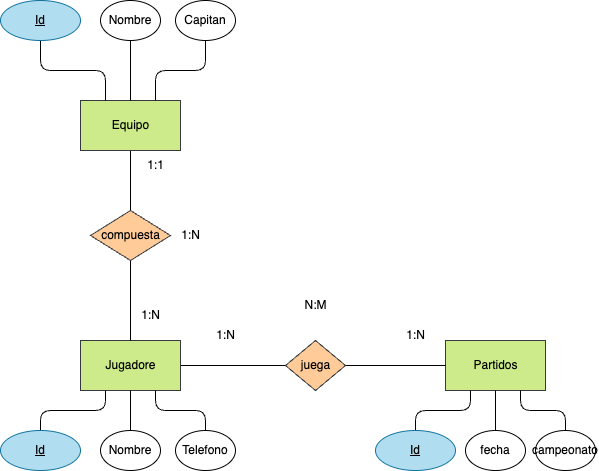
Before: Tareas/Unidad_2/tarea1/Ejercicio7.drawio.png, a diagram exported from draw.io (antonioinigo/base-datos). Source tidied: cells renumbered, new cells last; positions are measured from the earlier drawing's top-left corner, leaving out a move shared by most shapes. Source of this version:
```xml
<mxGraphModel>
  <root>
    <mxCell id="0" />
    <mxCell id="1" parent="0" />
    <mxCell id="2" style="html=1;entryX=0;entryY=0.5;entryDx=0;entryDy=0;fontColor=#000000;endArrow=none;endFill=0;" parent="1" edge="1" source="3" target="6">
      <mxGeometry relative="1" as="geometry" />
    </mxCell>
    <mxCell id="3" value="&lt;font color=&quot;#000000&quot;&gt;Jugadore&lt;/font&gt;" style="html=1;dashed=0;whitespace=wrap;fillColor=#cdeb8b;strokeColor=#36393d;" parent="1" vertex="1">
      <mxGeometry x="80" y="340" width="100" height="50" as="geometry" />
    </mxCell>
    <mxCell id="4" value="&lt;font color=&quot;#000000&quot;&gt;Partidos&lt;br&gt;&lt;/font&gt;" style="html=1;dashed=0;whitespace=wrap;fillColor=#cdeb8b;strokeColor=#36393d;" parent="1" vertex="1">
      <mxGeometry x="445" y="340" width="100" height="50" as="geometry" />
    </mxCell>
    <mxCell id="5" style="edgeStyle=none;html=1;fontColor=#000000;endArrow=none;endFill=0;" parent="1" edge="1" source="6" target="4">
      <mxGeometry relative="1" as="geometry" />
    </mxCell>
    <mxCell id="6" value="&lt;font color=&quot;#000000&quot;&gt;juega&lt;/font&gt;" style="shape=rhombus;html=1;dashed=0;whitespace=wrap;perimeter=rhombusPerimeter;fillColor=#ffcc99;strokeColor=#36393d;" parent="1" vertex="1">
      <mxGeometry x="285" y="340" width="60" height="50" as="geometry" />
    </mxCell>
    <mxCell id="7" value="1:N" style="text;html=1;align=center;verticalAlign=middle;strokeColor=none;fillColor=none;fontColor=#000000;" parent="1" vertex="1">
      <mxGeometry x="205" y="320" width="40" height="30" as="geometry" />
    </mxCell>
    <mxCell id="8" value="1:N" style="text;html=1;align=center;verticalAlign=middle;strokeColor=none;fillColor=none;fontColor=#000000;" parent="1" vertex="1">
      <mxGeometry x="395" y="320" width="40" height="30" as="geometry" />
    </mxCell>
    <mxCell id="9" value="N:M" style="text;html=1;align=center;verticalAlign=middle;strokeColor=none;fillColor=none;fontColor=#000000;" parent="1" vertex="1">
      <mxGeometry x="290" y="290" width="50" height="30" as="geometry" />
    </mxCell>
    <mxCell id="10" style="edgeStyle=orthogonalEdgeStyle;html=1;entryX=0.25;entryY=1;entryDx=0;entryDy=0;fontColor=#000000;endArrow=none;endFill=0;" parent="1" edge="1" source="11" target="3">
      <mxGeometry relative="1" as="geometry" />
    </mxCell>
    <mxCell id="11" value="&lt;font color=&quot;#000000&quot;&gt;Id&lt;/font&gt;" style="ellipse;whiteSpace=wrap;html=1;align=center;fontStyle=4;fillColor=#b1ddf0;strokeColor=#10739e;" parent="1" vertex="1">
      <mxGeometry y="430" width="80" height="40" as="geometry" />
    </mxCell>
    <mxCell id="12" style="edgeStyle=orthogonalEdgeStyle;html=1;entryX=0.5;entryY=1;entryDx=0;entryDy=0;fontColor=#000000;endArrow=none;endFill=0;" parent="1" edge="1" source="13" target="3">
      <mxGeometry relative="1" as="geometry" />
    </mxCell>
    <mxCell id="13" value="Nombre" style="ellipse;whiteSpace=wrap;html=1;align=center;fontColor=#000000;" parent="1" vertex="1">
      <mxGeometry x="100" y="430" width="60" height="40" as="geometry" />
    </mxCell>
    <mxCell id="14" style="edgeStyle=orthogonalEdgeStyle;html=1;entryX=0.75;entryY=1;entryDx=0;entryDy=0;fontColor=#000000;endArrow=none;endFill=0;" parent="1" edge="1" source="15" target="3">
      <mxGeometry relative="1" as="geometry" />
    </mxCell>
    <mxCell id="15" value="Telefono" style="ellipse;whiteSpace=wrap;html=1;align=center;fontColor=#000000;" parent="1" vertex="1">
      <mxGeometry x="175" y="430" width="60" height="40" as="geometry" />
    </mxCell>
    <mxCell id="16" style="edgeStyle=orthogonalEdgeStyle;html=1;entryX=0.25;entryY=1;entryDx=0;entryDy=0;fontColor=#000000;endArrow=none;endFill=0;" parent="1" edge="1" source="17" target="4">
      <mxGeometry relative="1" as="geometry" />
    </mxCell>
    <mxCell id="17" value="&lt;font color=&quot;#000000&quot;&gt;Id&lt;/font&gt;" style="ellipse;whiteSpace=wrap;html=1;align=center;fontStyle=4;fillColor=#b1ddf0;strokeColor=#10739e;" parent="1" vertex="1">
      <mxGeometry x="375" y="430" width="80" height="40" as="geometry" />
    </mxCell>
    <mxCell id="18" style="edgeStyle=orthogonalEdgeStyle;html=1;entryX=0.5;entryY=1;entryDx=0;entryDy=0;fontColor=#000000;endArrow=none;endFill=0;" parent="1" edge="1" source="19" target="4">
      <mxGeometry relative="1" as="geometry" />
    </mxCell>
    <mxCell id="19" value="fecha" style="ellipse;whiteSpace=wrap;html=1;align=center;fontColor=#000000;" parent="1" vertex="1">
      <mxGeometry x="465" y="430" width="60" height="40" as="geometry" />
    </mxCell>
    <mxCell id="20" style="edgeStyle=orthogonalEdgeStyle;html=1;entryX=0.75;entryY=1;entryDx=0;entryDy=0;fontColor=#000000;endArrow=none;endFill=0;" parent="1" edge="1" source="21" target="4">
      <mxGeometry relative="1" as="geometry" />
    </mxCell>
    <mxCell id="21" value="campeonato" style="ellipse;whiteSpace=wrap;html=1;align=center;fontColor=#000000;" parent="1" vertex="1">
      <mxGeometry x="535" y="430" width="60" height="40" as="geometry" />
    </mxCell>
    <mxCell id="22" style="edgeStyle=none;html=1;entryX=0.5;entryY=0;entryDx=0;entryDy=0;endArrow=none;endFill=0;" parent="1" edge="1" source="23" target="25">
      <mxGeometry relative="1" as="geometry" />
    </mxCell>
    <mxCell id="23" value="&lt;font color=&quot;#000000&quot;&gt;Equipo&lt;br&gt;&lt;/font&gt;" style="html=1;dashed=0;whitespace=wrap;fillColor=#cdeb8b;strokeColor=#36393d;" parent="1" vertex="1">
      <mxGeometry x="80" y="100" width="100" height="50" as="geometry" />
    </mxCell>
    <mxCell id="24" style="edgeStyle=none;html=1;entryX=0.5;entryY=0;entryDx=0;entryDy=0;endArrow=none;endFill=0;" parent="1" edge="1" source="25" target="3">
      <mxGeometry relative="1" as="geometry" />
    </mxCell>
    <mxCell id="25" value="&lt;font color=&quot;#000000&quot;&gt;compuesta&lt;/font&gt;" style="shape=rhombus;html=1;dashed=0;whitespace=wrap;perimeter=rhombusPerimeter;fillColor=#ffcc99;strokeColor=#36393d;" parent="1" vertex="1">
      <mxGeometry x="90" y="210" width="80" height="50" as="geometry" />
    </mxCell>
    <mxCell id="26" value="1:N" style="text;html=1;align=center;verticalAlign=middle;strokeColor=none;fillColor=none;fontColor=#000000;" parent="1" vertex="1">
      <mxGeometry x="130" y="300" width="40" height="30" as="geometry" />
    </mxCell>
    <mxCell id="27" value="1:N" style="text;html=1;align=center;verticalAlign=middle;strokeColor=none;fillColor=none;fontColor=#000000;" parent="1" vertex="1">
      <mxGeometry x="170" y="220" width="40" height="30" as="geometry" />
    </mxCell>
    <mxCell id="28" value="1:1" style="text;html=1;align=center;verticalAlign=middle;strokeColor=none;fillColor=none;fontColor=#000000;" parent="1" vertex="1">
      <mxGeometry x="135" y="150" width="40" height="30" as="geometry" />
    </mxCell>
    <mxCell id="29" style="edgeStyle=orthogonalEdgeStyle;html=1;entryX=0.25;entryY=0;entryDx=0;entryDy=0;endArrow=none;endFill=0;" parent="1" edge="1" source="30" target="23">
      <mxGeometry relative="1" as="geometry" />
    </mxCell>
    <mxCell id="30" value="&lt;font color=&quot;#000000&quot;&gt;Id&lt;/font&gt;" style="ellipse;whiteSpace=wrap;html=1;align=center;fontStyle=4;fillColor=#b1ddf0;strokeColor=#10739e;" parent="1" vertex="1">
      <mxGeometry width="80" height="40" as="geometry" />
    </mxCell>
    <mxCell id="31" style="edgeStyle=orthogonalEdgeStyle;html=1;entryX=0.5;entryY=0;entryDx=0;entryDy=0;endArrow=none;endFill=0;" parent="1" edge="1" source="32" target="23">
      <mxGeometry relative="1" as="geometry" />
    </mxCell>
    <mxCell id="32" value="Nombre" style="ellipse;whiteSpace=wrap;html=1;align=center;fontColor=#000000;" parent="1" vertex="1">
      <mxGeometry x="100" width="60" height="40" as="geometry" />
    </mxCell>
    <mxCell id="33" style="edgeStyle=orthogonalEdgeStyle;html=1;entryX=0.75;entryY=0;entryDx=0;entryDy=0;endArrow=none;endFill=0;" parent="1" edge="1" source="34" target="23">
      <mxGeometry relative="1" as="geometry" />
    </mxCell>
    <mxCell id="34" value="Capitan" style="ellipse;whiteSpace=wrap;html=1;align=center;fontColor=#000000;" parent="1" vertex="1">
      <mxGeometry x="175" width="60" height="40" as="geometry" />
    </mxCell>
  </root>
</mxGraphModel>
```
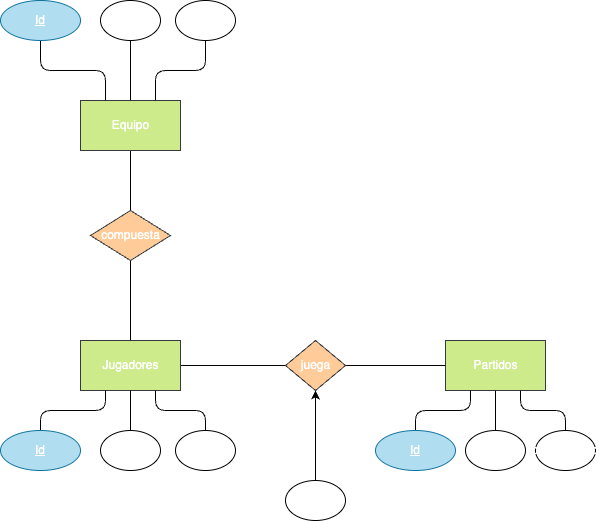
Later version of the same file.

What changed in the source:
```diff
@@ -2,104 +2,110 @@
   <root>
     <mxCell id="0" />
     <mxCell id="1" parent="0" />
-    <mxCell id="2" style="html=1;entryX=0;entryY=0.5;entryDx=0;entryDy=0;fontColor=#000000;endArrow=none;endFill=0;" parent="1" edge="1" source="3" target="6">
+    <mxCell id="2" style="html=1;entryX=0;entryY=0.5;entryDx=0;entryDy=0;fontColor=#FFFFFF;endArrow=none;endFill=0;" parent="1" edge="1" source="3" target="6">
       <mxGeometry relative="1" as="geometry" />
     </mxCell>
-    <mxCell id="3" value="&lt;font color=&quot;#000000&quot;&gt;Jugadore&lt;/font&gt;" style="html=1;dashed=0;whitespace=wrap;fillColor=#cdeb8b;strokeColor=#36393d;" parent="1" vertex="1">
+    <mxCell id="3" value="&lt;font&gt;Jugadores&lt;/font&gt;" style="html=1;dashed=0;whitespace=wrap;fillColor=#cdeb8b;strokeColor=#36393d;fontColor=#FFFFFF;" parent="1" vertex="1">
       <mxGeometry x="80" y="340" width="100" height="50" as="geometry" />
     </mxCell>
-    <mxCell id="4" value="&lt;font color=&quot;#000000&quot;&gt;Partidos&lt;br&gt;&lt;/font&gt;" style="html=1;dashed=0;whitespace=wrap;fillColor=#cdeb8b;strokeColor=#36393d;" parent="1" vertex="1">
+    <mxCell id="4" value="&lt;font&gt;Partidos&lt;br&gt;&lt;/font&gt;" style="html=1;dashed=0;whitespace=wrap;fillColor=#cdeb8b;strokeColor=#36393d;fontColor=#FFFFFF;" parent="1" vertex="1">
       <mxGeometry x="445" y="340" width="100" height="50" as="geometry" />
     </mxCell>
-    <mxCell id="5" style="edgeStyle=none;html=1;fontColor=#000000;endArrow=none;endFill=0;" parent="1" edge="1" source="6" target="4">
+    <mxCell id="5" style="edgeStyle=none;html=1;fontColor=#FFFFFF;endArrow=none;endFill=0;" parent="1" edge="1" source="6" target="4">
       <mxGeometry relative="1" as="geometry" />
     </mxCell>
-    <mxCell id="6" value="&lt;font color=&quot;#000000&quot;&gt;juega&lt;/font&gt;" style="shape=rhombus;html=1;dashed=0;whitespace=wrap;perimeter=rhombusPerimeter;fillColor=#ffcc99;strokeColor=#36393d;" parent="1" vertex="1">
+    <mxCell id="6" value="&lt;font&gt;juega&lt;/font&gt;" style="shape=rhombus;html=1;dashed=0;whitespace=wrap;perimeter=rhombusPerimeter;fillColor=#ffcc99;strokeColor=#36393d;fontColor=#FFFFFF;" parent="1" vertex="1">
       <mxGeometry x="285" y="340" width="60" height="50" as="geometry" />
     </mxCell>
-    <mxCell id="7" value="1:N" style="text;html=1;align=center;verticalAlign=middle;strokeColor=none;fillColor=none;fontColor=#000000;" parent="1" vertex="1">
+    <mxCell id="7" value="1:N" style="text;html=1;align=center;verticalAlign=middle;strokeColor=none;fillColor=none;fontColor=#FFFFFF;" parent="1" vertex="1">
       <mxGeometry x="205" y="320" width="40" height="30" as="geometry" />
     </mxCell>
-    <mxCell id="8" value="1:N" style="text;html=1;align=center;verticalAlign=middle;strokeColor=none;fillColor=none;fontColor=#000000;" parent="1" vertex="1">
+    <mxCell id="8" value="1:N" style="text;html=1;align=center;verticalAlign=middle;strokeColor=none;fillColor=none;fontColor=#FFFFFF;" parent="1" vertex="1">
       <mxGeometry x="395" y="320" width="40" height="30" as="geometry" />
     </mxCell>
-    <mxCell id="9" value="N:M" style="text;html=1;align=center;verticalAlign=middle;strokeColor=none;fillColor=none;fontColor=#000000;" parent="1" vertex="1">
+    <mxCell id="9" value="N:M" style="text;html=1;align=center;verticalAlign=middle;strokeColor=none;fillColor=none;fontColor=#FFFFFF;" parent="1" vertex="1">
       <mxGeometry x="290" y="290" width="50" height="30" as="geometry" />
     </mxCell>
-    <mxCell id="10" style="edgeStyle=orthogonalEdgeStyle;html=1;entryX=0.25;entryY=1;entryDx=0;entryDy=0;fontColor=#000000;endArrow=none;endFill=0;" parent="1" edge="1" source="11" target="3">
+    <mxCell id="10" style="edgeStyle=orthogonalEdgeStyle;html=1;entryX=0.25;entryY=1;entryDx=0;entryDy=0;fontColor=#FFFFFF;endArrow=none;endFill=0;" parent="1" edge="1" source="11" target="3">
       <mxGeometry relative="1" as="geometry" />
     </mxCell>
-    <mxCell id="11" value="&lt;font color=&quot;#000000&quot;&gt;Id&lt;/font&gt;" style="ellipse;whiteSpace=wrap;html=1;align=center;fontStyle=4;fillColor=#b1ddf0;strokeColor=#10739e;" parent="1" vertex="1">
+    <mxCell id="11" value="&lt;font&gt;Id&lt;/font&gt;" style="ellipse;whiteSpace=wrap;html=1;align=center;fontStyle=4;fillColor=#b1ddf0;strokeColor=#10739e;fontColor=#FFFFFF;" parent="1" vertex="1">
       <mxGeometry y="430" width="80" height="40" as="geometry" />
     </mxCell>
-    <mxCell id="12" style="edgeStyle=orthogonalEdgeStyle;html=1;entryX=0.5;entryY=1;entryDx=0;entryDy=0;fontColor=#000000;endArrow=none;endFill=0;" parent="1" edge="1" source="13" target="3">
+    <mxCell id="12" style="edgeStyle=orthogonalEdgeStyle;html=1;entryX=0.5;entryY=1;entryDx=0;entryDy=0;fontColor=#FFFFFF;endArrow=none;endFill=0;" parent="1" edge="1" source="13" target="3">
       <mxGeometry relative="1" as="geometry" />
     </mxCell>
-    <mxCell id="13" value="Nombre" style="ellipse;whiteSpace=wrap;html=1;align=center;fontColor=#000000;" parent="1" vertex="1">
+    <mxCell id="13" value="Nombre" style="ellipse;whiteSpace=wrap;html=1;align=center;fontColor=#FFFFFF;" parent="1" vertex="1">
       <mxGeometry x="100" y="430" width="60" height="40" as="geometry" />
     </mxCell>
-    <mxCell id="14" style="edgeStyle=orthogonalEdgeStyle;html=1;entryX=0.75;entryY=1;entryDx=0;entryDy=0;fontColor=#000000;endArrow=none;endFill=0;" parent="1" edge="1" source="15" target="3">
+    <mxCell id="14" style="edgeStyle=orthogonalEdgeStyle;html=1;entryX=0.75;entryY=1;entryDx=0;entryDy=0;fontColor=#FFFFFF;endArrow=none;endFill=0;" parent="1" edge="1" source="15" target="3">
       <mxGeometry relative="1" as="geometry" />
     </mxCell>
-    <mxCell id="15" value="Telefono" style="ellipse;whiteSpace=wrap;html=1;align=center;fontColor=#000000;" parent="1" vertex="1">
+    <mxCell id="15" value="Telefono" style="ellipse;whiteSpace=wrap;html=1;align=center;fontColor=#FFFFFF;" parent="1" vertex="1">
       <mxGeometry x="175" y="430" width="60" height="40" as="geometry" />
     </mxCell>
-    <mxCell id="16" style="edgeStyle=orthogonalEdgeStyle;html=1;entryX=0.25;entryY=1;entryDx=0;entryDy=0;fontColor=#000000;endArrow=none;endFill=0;" parent="1" edge="1" source="17" target="4">
+    <mxCell id="16" style="edgeStyle=orthogonalEdgeStyle;html=1;entryX=0.25;entryY=1;entryDx=0;entryDy=0;fontColor=#FFFFFF;endArrow=none;endFill=0;" parent="1" edge="1" source="17" target="4">
       <mxGeometry relative="1" as="geometry" />
     </mxCell>
-    <mxCell id="17" value="&lt;font color=&quot;#000000&quot;&gt;Id&lt;/font&gt;" style="ellipse;whiteSpace=wrap;html=1;align=center;fontStyle=4;fillColor=#b1ddf0;strokeColor=#10739e;" parent="1" vertex="1">
+    <mxCell id="17" value="&lt;font&gt;Id&lt;/font&gt;" style="ellipse;whiteSpace=wrap;html=1;align=center;fontStyle=4;fillColor=#b1ddf0;strokeColor=#10739e;fontColor=#FFFFFF;" parent="1" vertex="1">
       <mxGeometry x="375" y="430" width="80" height="40" as="geometry" />
     </mxCell>
-    <mxCell id="18" style="edgeStyle=orthogonalEdgeStyle;html=1;entryX=0.5;entryY=1;entryDx=0;entryDy=0;fontColor=#000000;endArrow=none;endFill=0;" parent="1" edge="1" source="19" target="4">
+    <mxCell id="18" style="edgeStyle=orthogonalEdgeStyle;html=1;entryX=0.5;entryY=1;entryDx=0;entryDy=0;fontColor=#FFFFFF;endArrow=none;endFill=0;" parent="1" edge="1" source="19" target="4">
       <mxGeometry relative="1" as="geometry" />
     </mxCell>
-    <mxCell id="19" value="fecha" style="ellipse;whiteSpace=wrap;html=1;align=center;fontColor=#000000;" parent="1" vertex="1">
+    <mxCell id="19" value="fecha" style="ellipse;whiteSpace=wrap;html=1;align=center;fontColor=#FFFFFF;" parent="1" vertex="1">
       <mxGeometry x="465" y="430" width="60" height="40" as="geometry" />
     </mxCell>
-    <mxCell id="20" style="edgeStyle=orthogonalEdgeStyle;html=1;entryX=0.75;entryY=1;entryDx=0;entryDy=0;fontColor=#000000;endArrow=none;endFill=0;" parent="1" edge="1" source="21" target="4">
+    <mxCell id="20" style="edgeStyle=orthogonalEdgeStyle;html=1;entryX=0.75;entryY=1;entryDx=0;entryDy=0;fontColor=#FFFFFF;endArrow=none;endFill=0;" parent="1" edge="1" source="21" target="4">
       <mxGeometry relative="1" as="geometry" />
     </mxCell>
-    <mxCell id="21" value="campeonato" style="ellipse;whiteSpace=wrap;html=1;align=center;fontColor=#000000;" parent="1" vertex="1">
+    <mxCell id="21" value="campeonato" style="ellipse;whiteSpace=wrap;html=1;align=center;fontColor=#FFFFFF;" parent="1" vertex="1">
       <mxGeometry x="535" y="430" width="60" height="40" as="geometry" />
     </mxCell>
-    <mxCell id="22" style="edgeStyle=none;html=1;entryX=0.5;entryY=0;entryDx=0;entryDy=0;endArrow=none;endFill=0;" parent="1" edge="1" source="23" target="25">
+    <mxCell id="22" style="edgeStyle=none;html=1;entryX=0.5;entryY=0;entryDx=0;entryDy=0;endArrow=none;endFill=0;fontColor=#FFFFFF;" parent="1" edge="1" source="23" target="25">
       <mxGeometry relative="1" as="geometry" />
     </mxCell>
-    <mxCell id="23" value="&lt;font color=&quot;#000000&quot;&gt;Equipo&lt;br&gt;&lt;/font&gt;" style="html=1;dashed=0;whitespace=wrap;fillColor=#cdeb8b;strokeColor=#36393d;" parent="1" vertex="1">
+    <mxCell id="23" value="&lt;font&gt;Equipo&lt;br&gt;&lt;/font&gt;" style="html=1;dashed=0;whitespace=wrap;fillColor=#cdeb8b;strokeColor=#36393d;fontColor=#FFFFFF;" parent="1" vertex="1">
       <mxGeometry x="80" y="100" width="100" height="50" as="geometry" />
     </mxCell>
-    <mxCell id="24" style="edgeStyle=none;html=1;entryX=0.5;entryY=0;entryDx=0;entryDy=0;endArrow=none;endFill=0;" parent="1" edge="1" source="25" target="3">
+    <mxCell id="24" style="edgeStyle=none;html=1;entryX=0.5;entryY=0;entryDx=0;entryDy=0;endArrow=none;endFill=0;fontColor=#FFFFFF;" parent="1" edge="1" source="25" target="3">
       <mxGeometry relative="1" as="geometry" />
     </mxCell>
-    <mxCell id="25" value="&lt;font color=&quot;#000000&quot;&gt;compuesta&lt;/font&gt;" style="shape=rhombus;html=1;dashed=0;whitespace=wrap;perimeter=rhombusPerimeter;fillColor=#ffcc99;strokeColor=#36393d;" parent="1" vertex="1">
+    <mxCell id="25" value="&lt;font&gt;compuesta&lt;/font&gt;" style="shape=rhombus;html=1;dashed=0;whitespace=wrap;perimeter=rhombusPerimeter;fillColor=#ffcc99;strokeColor=#36393d;fontColor=#FFFFFF;" parent="1" vertex="1">
       <mxGeometry x="90" y="210" width="80" height="50" as="geometry" />
     </mxCell>
-    <mxCell id="26" value="1:N" style="text;html=1;align=center;verticalAlign=middle;strokeColor=none;fillColor=none;fontColor=#000000;" parent="1" vertex="1">
+    <mxCell id="26" value="1:N" style="text;html=1;align=center;verticalAlign=middle;strokeColor=none;fillColor=none;fontColor=#FFFFFF;" parent="1" vertex="1">
       <mxGeometry x="130" y="300" width="40" height="30" as="geometry" />
     </mxCell>
-    <mxCell id="27" value="1:N" style="text;html=1;align=center;verticalAlign=middle;strokeColor=none;fillColor=none;fontColor=#000000;" parent="1" vertex="1">
+    <mxCell id="27" value="1:N" style="text;html=1;align=center;verticalAlign=middle;strokeColor=none;fillColor=none;fontColor=#FFFFFF;" parent="1" vertex="1">
       <mxGeometry x="170" y="220" width="40" height="30" as="geometry" />
     </mxCell>
-    <mxCell id="28" value="1:1" style="text;html=1;align=center;verticalAlign=middle;strokeColor=none;fillColor=none;fontColor=#000000;" parent="1" vertex="1">
+    <mxCell id="28" value="1:1" style="text;html=1;align=center;verticalAlign=middle;strokeColor=none;fillColor=none;fontColor=#FFFFFF;" parent="1" vertex="1">
       <mxGeometry x="135" y="150" width="40" height="30" as="geometry" />
     </mxCell>
-    <mxCell id="29" style="edgeStyle=orthogonalEdgeStyle;html=1;entryX=0.25;entryY=0;entryDx=0;entryDy=0;endArrow=none;endFill=0;" parent="1" edge="1" source="30" target="23">
+    <mxCell id="29" style="edgeStyle=orthogonalEdgeStyle;html=1;entryX=0.25;entryY=0;entryDx=0;entryDy=0;endArrow=none;endFill=0;fontColor=#FFFFFF;" parent="1" edge="1" source="30" target="23">
       <mxGeometry relative="1" as="geometry" />
     </mxCell>
-    <mxCell id="30" value="&lt;font color=&quot;#000000&quot;&gt;Id&lt;/font&gt;" style="ellipse;whiteSpace=wrap;html=1;align=center;fontStyle=4;fillColor=#b1ddf0;strokeColor=#10739e;" parent="1" vertex="1">
+    <mxCell id="30" value="&lt;font&gt;Id&lt;/font&gt;" style="ellipse;whiteSpace=wrap;html=1;align=center;fontStyle=4;fillColor=#b1ddf0;strokeColor=#10739e;fontColor=#FFFFFF;" parent="1" vertex="1">
       <mxGeometry width="80" height="40" as="geometry" />
     </mxCell>
-    <mxCell id="31" style="edgeStyle=orthogonalEdgeStyle;html=1;entryX=0.5;entryY=0;entryDx=0;entryDy=0;endArrow=none;endFill=0;" parent="1" edge="1" source="32" target="23">
+    <mxCell id="31" style="edgeStyle=orthogonalEdgeStyle;html=1;entryX=0.5;entryY=0;entryDx=0;entryDy=0;endArrow=none;endFill=0;fontColor=#FFFFFF;" parent="1" edge="1" source="32" target="23">
       <mxGeometry relative="1" as="geometry" />
     </mxCell>
-    <mxCell id="32" value="Nombre" style="ellipse;whiteSpace=wrap;html=1;align=center;fontColor=#000000;" parent="1" vertex="1">
+    <mxCell id="32" value="Nombre" style="ellipse;whiteSpace=wrap;html=1;align=center;fontColor=#FFFFFF;" parent="1" vertex="1">
       <mxGeometry x="100" width="60" height="40" as="geometry" />
     </mxCell>
-    <mxCell id="33" style="edgeStyle=orthogonalEdgeStyle;html=1;entryX=0.75;entryY=0;entryDx=0;entryDy=0;endArrow=none;endFill=0;" parent="1" edge="1" source="34" target="23">
+    <mxCell id="33" style="edgeStyle=orthogonalEdgeStyle;html=1;entryX=0.75;entryY=0;entryDx=0;entryDy=0;endArrow=none;endFill=0;fontColor=#FFFFFF;" parent="1" edge="1" source="34" target="23">
       <mxGeometry relative="1" as="geometry" />
     </mxCell>
-    <mxCell id="34" value="Capitan" style="ellipse;whiteSpace=wrap;html=1;align=center;fontColor=#000000;" parent="1" vertex="1">
+    <mxCell id="34" value="Capitan" style="ellipse;whiteSpace=wrap;html=1;align=center;fontColor=#FFFFFF;" parent="1" vertex="1">
       <mxGeometry x="175" width="60" height="40" as="geometry" />
     </mxCell>
+    <mxCell id="35" style="edgeStyle=none;html=1;entryX=0.5;entryY=1;entryDx=0;entryDy=0;fontColor=#FFFFFF;" parent="1" edge="1" source="36" target="6">
+      <mxGeometry relative="1" as="geometry" />
+    </mxCell>
+    <mxCell id="36" value="posición" style="ellipse;whiteSpace=wrap;html=1;align=center;fontColor=#FFFFFF;" parent="1" vertex="1">
+      <mxGeometry x="285" y="480" width="60" height="40" as="geometry" />
+    </mxCell>
   </root>
 </mxGraphModel>
```
